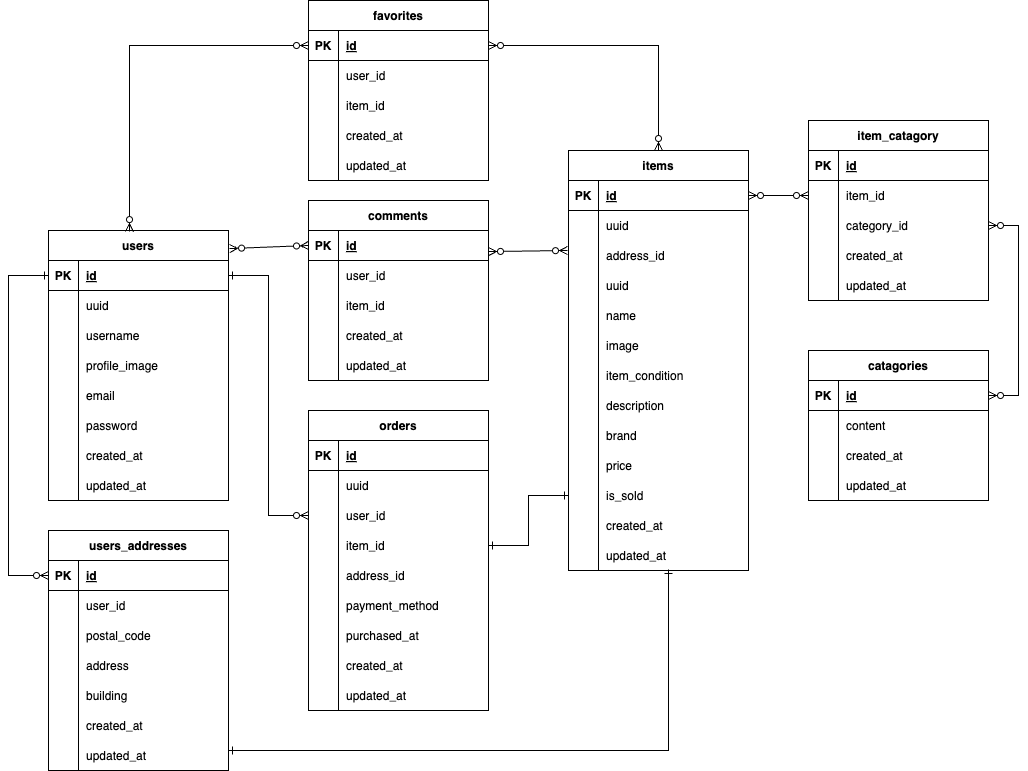
The draw.io diagram .drawio.png in Koharu5810/flea_market, before a commit. Source tidied: cells renumbered, new cells last; positions are measured from the earlier drawing's top-left corner, leaving out a move shared by most shapes.
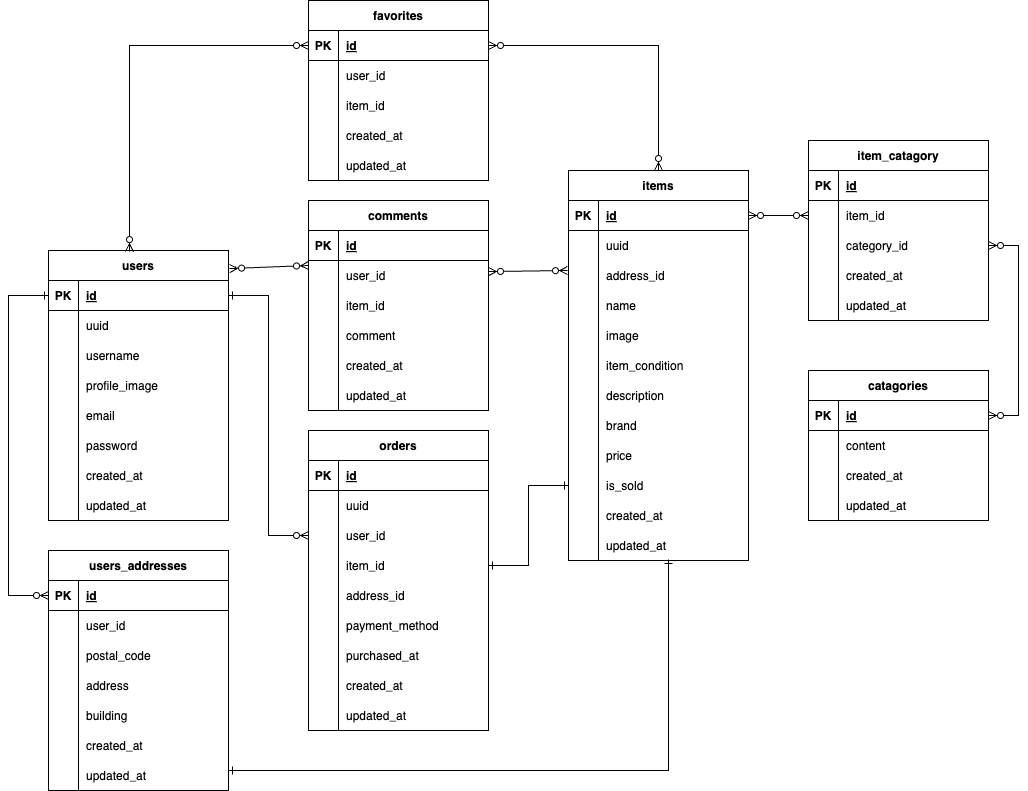
Above is the later version.

What changed in the source:
```diff
@@ -53,7 +53,7 @@
       <mxGeometry relative="1" as="geometry" />
     </mxCell>
     <mxCell id="17" value="items" style="shape=table;startSize=30;rowLines=0;fontStyle=1;align=center;" parent="1" vertex="1">
-      <mxGeometry x="560" y="150" width="180" height="420" as="geometry" />
+      <mxGeometry x="560" y="150" width="180" height="390" as="geometry" />
     </mxCell>
     <mxCell id="18" style="shape=tableRow;horizontal=0;startSize=0;swimlaneHead=0;swimlaneBody=0;fillColor=none;points=[[0,0.5],[1,0.5]];portConstraint=eastwest;top=0;left=0;right=0;bottom=1;" parent="17" vertex="1">
       <mxGeometry y="30" width="180" height="30" as="geometry" />
@@ -82,17 +82,8 @@
     <mxCell id="26" value="address_id" style="shape=partialRectangle;fillColor=none;top=0;left=0;bottom=0;right=0;align=left;spacingLeft=6;overflow=hidden;" parent="24" vertex="1">
       <mxGeometry x="30" width="150" height="30" as="geometry" />
     </mxCell>
-    <mxCell id="27" style="shape=tableRow;horizontal=0;startSize=0;swimlaneHead=0;swimlaneBody=0;fillColor=none;top=0;left=0;right=0;bottom=0;" parent="17" vertex="1">
-      <mxGeometry y="120" width="180" height="30" as="geometry" />
-    </mxCell>
-    <mxCell id="28" style="shape=partialRectangle;fillColor=none;top=0;left=0;bottom=0;right=0;overflow=hidden;" parent="27" vertex="1">
-      <mxGeometry width="30" height="30" as="geometry" />
-    </mxCell>
-    <mxCell id="29" value="uuid" style="shape=partialRectangle;fillColor=none;top=0;left=0;bottom=0;right=0;align=left;spacingLeft=6;overflow=hidden;" parent="27" vertex="1">
-      <mxGeometry x="30" width="150" height="30" as="geometry" />
-    </mxCell>
     <mxCell id="30" style="shape=tableRow;horizontal=0;startSize=0;swimlaneHead=0;swimlaneBody=0;fillColor=none;top=0;left=0;right=0;bottom=0;" parent="17" vertex="1">
-      <mxGeometry y="150" width="180" height="30" as="geometry" />
+      <mxGeometry y="120" width="180" height="30" as="geometry" />
     </mxCell>
     <mxCell id="31" style="shape=partialRectangle;fillColor=none;top=0;left=0;bottom=0;right=0;overflow=hidden;" parent="30" vertex="1">
       <mxGeometry width="30" height="30" as="geometry" />
@@ -101,7 +92,7 @@
       <mxGeometry x="30" width="150" height="30" as="geometry" />
     </mxCell>
     <mxCell id="33" style="shape=tableRow;horizontal=0;startSize=0;swimlaneHead=0;swimlaneBody=0;fillColor=none;top=0;left=0;right=0;bottom=0;" parent="17" vertex="1">
-      <mxGeometry y="180" width="180" height="30" as="geometry" />
+      <mxGeometry y="150" width="180" height="30" as="geometry" />
     </mxCell>
     <mxCell id="34" style="shape=partialRectangle;fillColor=none;top=0;left=0;bottom=0;right=0;overflow=hidden;" parent="33" vertex="1">
       <mxGeometry width="30" height="30" as="geometry" />
@@ -110,7 +101,7 @@
       <mxGeometry x="30" width="150" height="30" as="geometry" />
     </mxCell>
     <mxCell id="36" style="shape=tableRow;horizontal=0;startSize=0;swimlaneHead=0;swimlaneBody=0;fillColor=none;top=0;left=0;right=0;bottom=0;" parent="17" vertex="1">
-      <mxGeometry y="210" width="180" height="30" as="geometry" />
+      <mxGeometry y="180" width="180" height="30" as="geometry" />
     </mxCell>
     <mxCell id="37" style="shape=partialRectangle;fillColor=none;top=0;left=0;bottom=0;right=0;overflow=hidden;" parent="36" vertex="1">
       <mxGeometry width="30" height="30" as="geometry" />
@@ -119,7 +110,7 @@
       <mxGeometry x="30" width="150" height="30" as="geometry" />
     </mxCell>
     <mxCell id="39" style="shape=tableRow;horizontal=0;startSize=0;swimlaneHead=0;swimlaneBody=0;fillColor=none;top=0;left=0;right=0;bottom=0;" parent="17" vertex="1">
-      <mxGeometry y="240" width="180" height="30" as="geometry" />
+      <mxGeometry y="210" width="180" height="30" as="geometry" />
     </mxCell>
     <mxCell id="40" style="shape=partialRectangle;fillColor=none;top=0;left=0;bottom=0;right=0;overflow=hidden;" parent="39" vertex="1">
       <mxGeometry width="30" height="30" as="geometry" />
@@ -128,7 +119,7 @@
       <mxGeometry x="30" width="150" height="30" as="geometry" />
     </mxCell>
     <mxCell id="42" style="shape=tableRow;horizontal=0;startSize=0;swimlaneHead=0;swimlaneBody=0;fillColor=none;top=0;left=0;right=0;bottom=0;" parent="17" vertex="1">
-      <mxGeometry y="270" width="180" height="30" as="geometry" />
+      <mxGeometry y="240" width="180" height="30" as="geometry" />
     </mxCell>
     <mxCell id="43" style="shape=partialRectangle;fillColor=none;top=0;left=0;bottom=0;right=0;overflow=hidden;" parent="42" vertex="1">
       <mxGeometry width="30" height="30" as="geometry" />
@@ -137,7 +128,7 @@
       <mxGeometry x="30" width="150" height="30" as="geometry" />
     </mxCell>
     <mxCell id="45" style="shape=tableRow;horizontal=0;startSize=0;swimlaneHead=0;swimlaneBody=0;fillColor=none;top=0;left=0;right=0;bottom=0;" parent="17" vertex="1">
-      <mxGeometry y="300" width="180" height="30" as="geometry" />
+      <mxGeometry y="270" width="180" height="30" as="geometry" />
     </mxCell>
     <mxCell id="46" style="shape=partialRectangle;fillColor=none;top=0;left=0;bottom=0;right=0;overflow=hidden;" parent="45" vertex="1">
       <mxGeometry width="30" height="30" as="geometry" />
@@ -146,7 +137,7 @@
       <mxGeometry x="30" width="150" height="30" as="geometry" />
     </mxCell>
     <mxCell id="48" style="shape=tableRow;horizontal=0;startSize=0;swimlaneHead=0;swimlaneBody=0;fillColor=none;points=[[0,0.5],[1,0.5]];portConstraint=eastwest;top=0;left=0;right=0;bottom=0;" parent="17" vertex="1">
-      <mxGeometry y="330" width="180" height="30" as="geometry" />
+      <mxGeometry y="300" width="180" height="30" as="geometry" />
     </mxCell>
     <mxCell id="49" style="shape=partialRectangle;fillColor=none;top=0;left=0;bottom=0;right=0;overflow=hidden;" parent="48" vertex="1">
       <mxGeometry width="30" height="30" as="geometry" />
@@ -155,7 +146,7 @@
       <mxGeometry x="30" width="150" height="30" as="geometry" />
     </mxCell>
     <mxCell id="51" style="shape=tableRow;horizontal=0;startSize=0;swimlaneHead=0;swimlaneBody=0;fillColor=none;top=0;left=0;right=0;bottom=0;" parent="17" vertex="1">
-      <mxGeometry y="360" width="180" height="30" as="geometry" />
+      <mxGeometry y="330" width="180" height="30" as="geometry" />
     </mxCell>
     <mxCell id="52" style="shape=partialRectangle;fillColor=none;top=0;left=0;bottom=0;right=0;overflow=hidden;" parent="51" vertex="1">
       <mxGeometry width="30" height="30" as="geometry" />
@@ -164,7 +155,7 @@
       <mxGeometry x="30" width="150" height="30" as="geometry" />
     </mxCell>
     <mxCell id="54" style="shape=tableRow;horizontal=0;startSize=0;swimlaneHead=0;swimlaneBody=0;fillColor=none;points=[[0,0.5],[1,0.5]];portConstraint=eastwest;top=0;left=0;right=0;bottom=0;" parent="17" vertex="1">
-      <mxGeometry y="390" width="180" height="30" as="geometry" />
+      <mxGeometry y="360" width="180" height="30" as="geometry" />
     </mxCell>
     <mxCell id="55" style="shape=partialRectangle;fillColor=none;top=0;left=0;bottom=0;right=0;overflow=hidden;" parent="54" vertex="1">
       <mxGeometry width="30" height="30" as="geometry" />
@@ -224,7 +215,7 @@
       <mxGeometry relative="1" as="geometry" />
     </mxCell>
     <mxCell id="74" value="comments" style="shape=table;startSize=30;rowLines=0;fontStyle=1;align=center;" parent="1" vertex="1">
-      <mxGeometry x="300" y="200" width="180" height="180" as="geometry" />
+      <mxGeometry x="300" y="180" width="180" height="210" as="geometry" />
     </mxCell>
     <mxCell id="75" style="shape=tableRow;horizontal=0;startSize=0;swimlaneHead=0;swimlaneBody=0;fillColor=none;top=0;left=0;right=0;bottom=1;" parent="74" vertex="1">
       <mxGeometry y="30" width="180" height="30" as="geometry" />
@@ -253,8 +244,17 @@
     <mxCell id="83" value="item_id" style="shape=partialRectangle;fillColor=none;top=0;left=0;bottom=0;right=0;align=left;spacingLeft=6;overflow=hidden;" parent="81" vertex="1">
       <mxGeometry x="30" width="150" height="30" as="geometry" />
     </mxCell>
+    <mxCell id="27" style="shape=tableRow;horizontal=0;startSize=0;swimlaneHead=0;swimlaneBody=0;fillColor=none;top=0;left=0;right=0;bottom=0;" parent="74" vertex="1">
+      <mxGeometry y="120" width="180" height="30" as="geometry" />
+    </mxCell>
+    <mxCell id="28" style="shape=partialRectangle;fillColor=none;top=0;left=0;bottom=0;right=0;overflow=hidden;" parent="27" vertex="1">
+      <mxGeometry width="30" height="30" as="geometry" />
+    </mxCell>
+    <mxCell id="188" value="comment" style="shape=partialRectangle;fillColor=none;top=0;left=0;bottom=0;right=0;align=left;spacingLeft=6;overflow=hidden;" parent="27" vertex="1">
+      <mxGeometry x="30" width="150" height="30" as="geometry" />
+    </mxCell>
     <mxCell id="84" style="shape=tableRow;horizontal=0;startSize=0;swimlaneHead=0;swimlaneBody=0;fillColor=none;top=0;left=0;right=0;bottom=0;" parent="74" vertex="1">
-      <mxGeometry y="120" width="180" height="30" as="geometry" />
+      <mxGeometry y="150" width="180" height="30" as="geometry" />
     </mxCell>
     <mxCell id="85" style="shape=partialRectangle;fillColor=none;top=0;left=0;bottom=0;right=0;overflow=hidden;" parent="84" vertex="1">
       <mxGeometry width="30" height="30" as="geometry" />
@@ -263,7 +263,7 @@
       <mxGeometry x="30" width="150" height="30" as="geometry" />
     </mxCell>
     <mxCell id="87" style="shape=tableRow;horizontal=0;startSize=0;swimlaneHead=0;swimlaneBody=0;fillColor=none;top=0;left=0;right=0;bottom=0;" parent="74" vertex="1">
-      <mxGeometry y="150" width="180" height="30" as="geometry" />
+      <mxGeometry y="180" width="180" height="30" as="geometry" />
     </mxCell>
     <mxCell id="88" style="shape=partialRectangle;fillColor=none;top=0;left=0;bottom=0;right=0;overflow=hidden;" parent="87" vertex="1">
       <mxGeometry width="30" height="30" as="geometry" />
@@ -500,7 +500,7 @@
       <mxGeometry x="30" width="150" height="30" as="geometry" />
     </mxCell>
     <mxCell id="166" value="favorites" style="shape=table;startSize=30;rowLines=0;fontStyle=1;align=center;" parent="1" vertex="1">
-      <mxGeometry x="300" width="180" height="180" as="geometry" />
+      <mxGeometry x="300" y="-20" width="180" height="180" as="geometry" />
     </mxCell>
     <mxCell id="167" style="shape=tableRow;horizontal=0;startSize=0;swimlaneHead=0;swimlaneBody=0;fillColor=none;points=[[0,0.5],[1,0.5]];portConstraint=eastwest;top=0;left=0;right=0;bottom=1;" parent="166" vertex="1">
       <mxGeometry y="30" width="180" height="30" as="geometry" />
```
